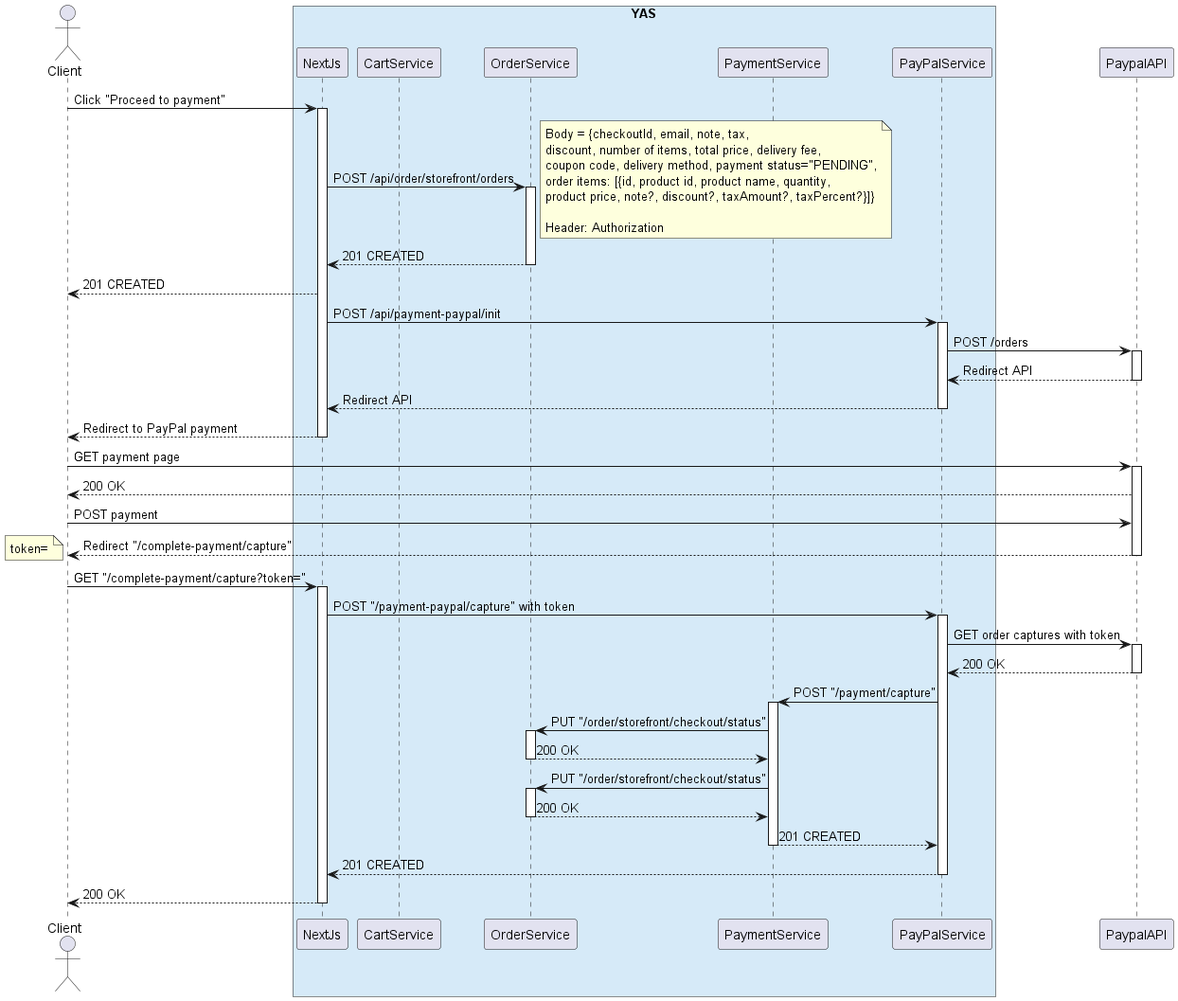
Earlier version of the PlantUML export order/docs/img/Create order flow.png (nashtech-garage/yas).
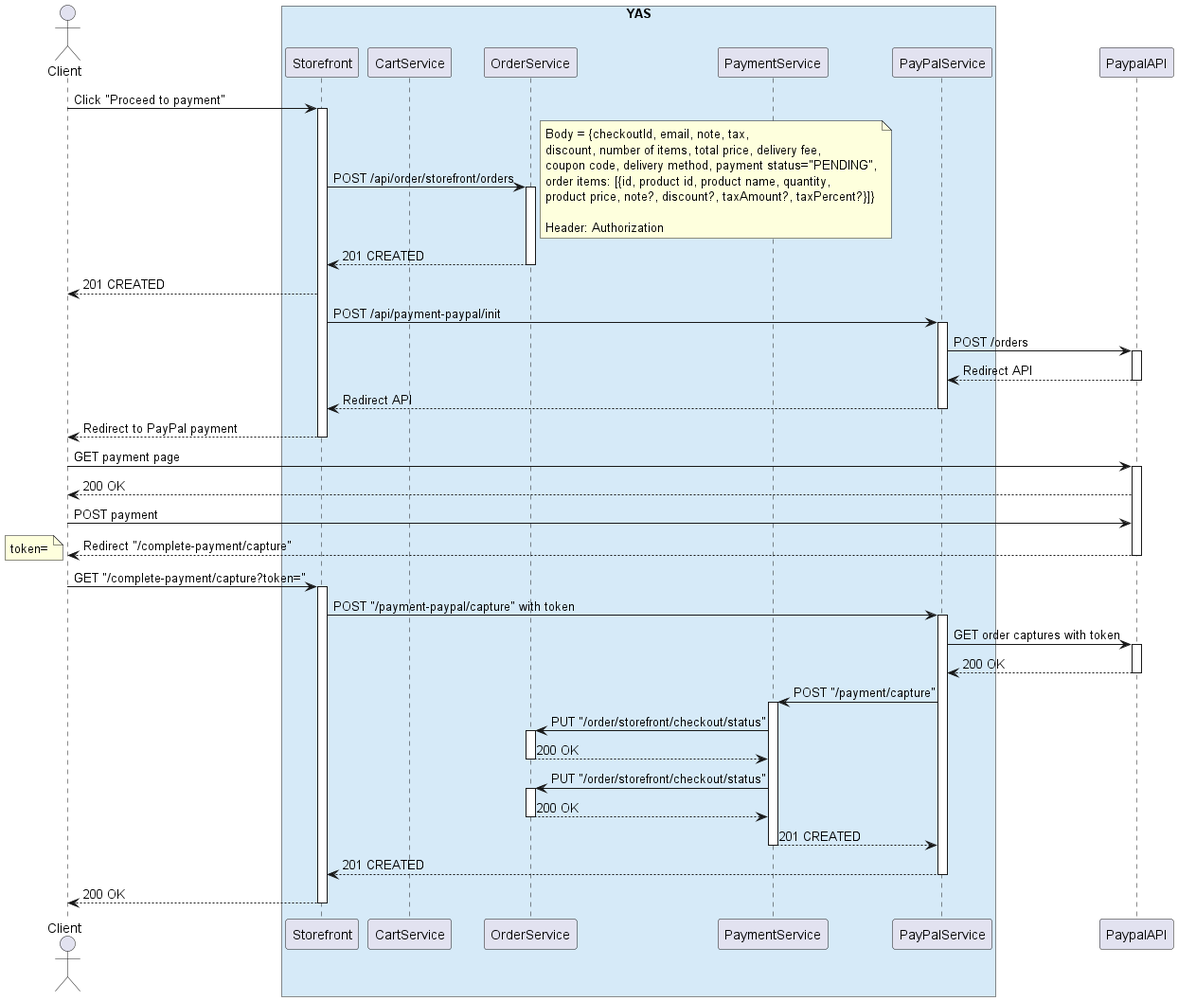
Above is the later version.

Commit message:
Rename NextJs to Storefront in diagrams

Change to the diagram source:
```diff
@@ -1,7 +1,7 @@
 @startuml Create order flow
 actor Client
 box "YAS" #D6EAF8
-participant NextJs
+participant Storefront as NextJs
 participant CartService as cart
 participant OrderService as order
 participant PaymentService as payment
```
